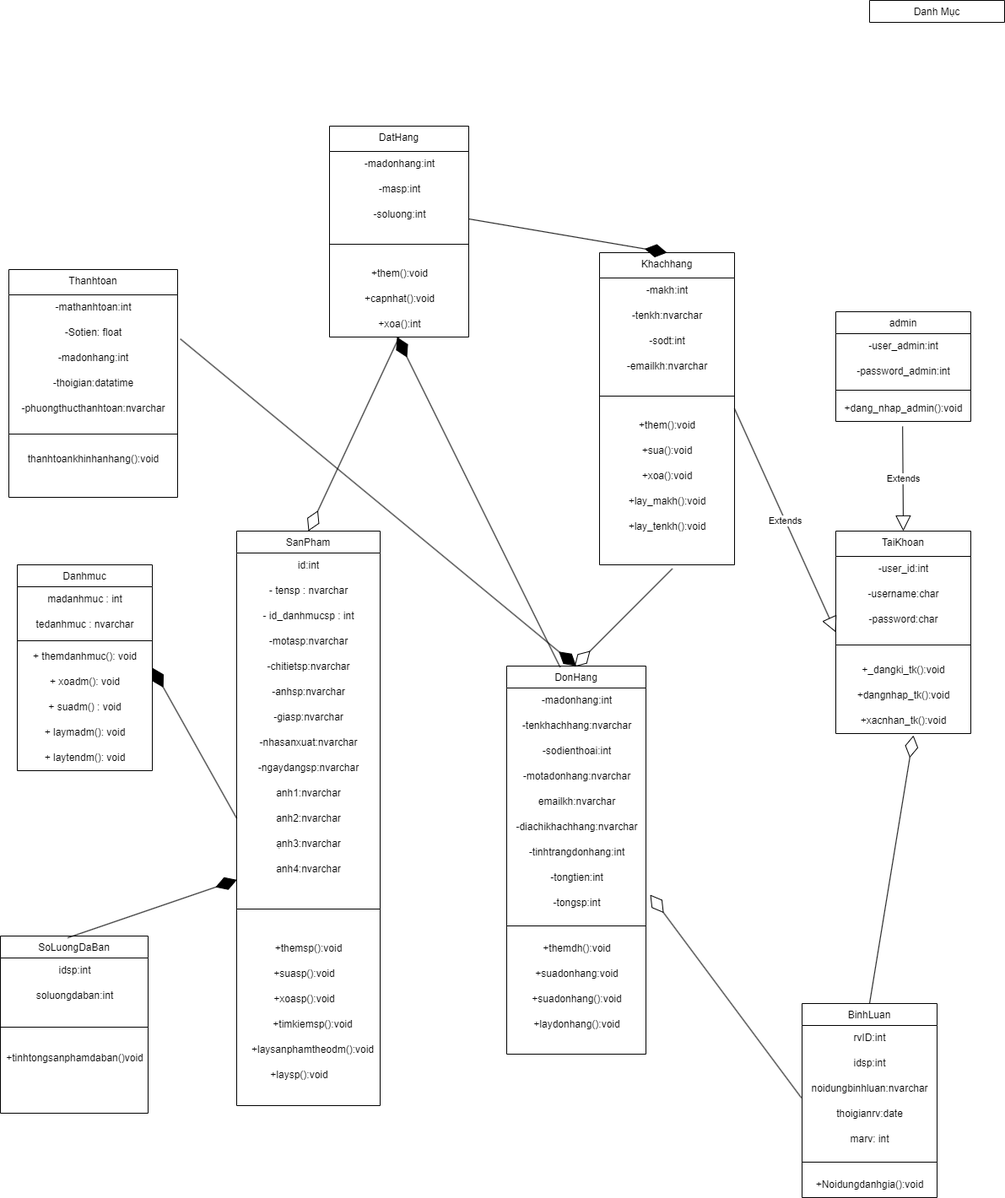
This is vẽ class diagram cho web bán hàng.drawio.png from TTHTech/Diagram, a draw.io export, as it was before one commit. Source tidied: cells renumbered, new cells last; positions are measured from the earlier drawing's top-left corner, leaving out a move shared by most shapes.
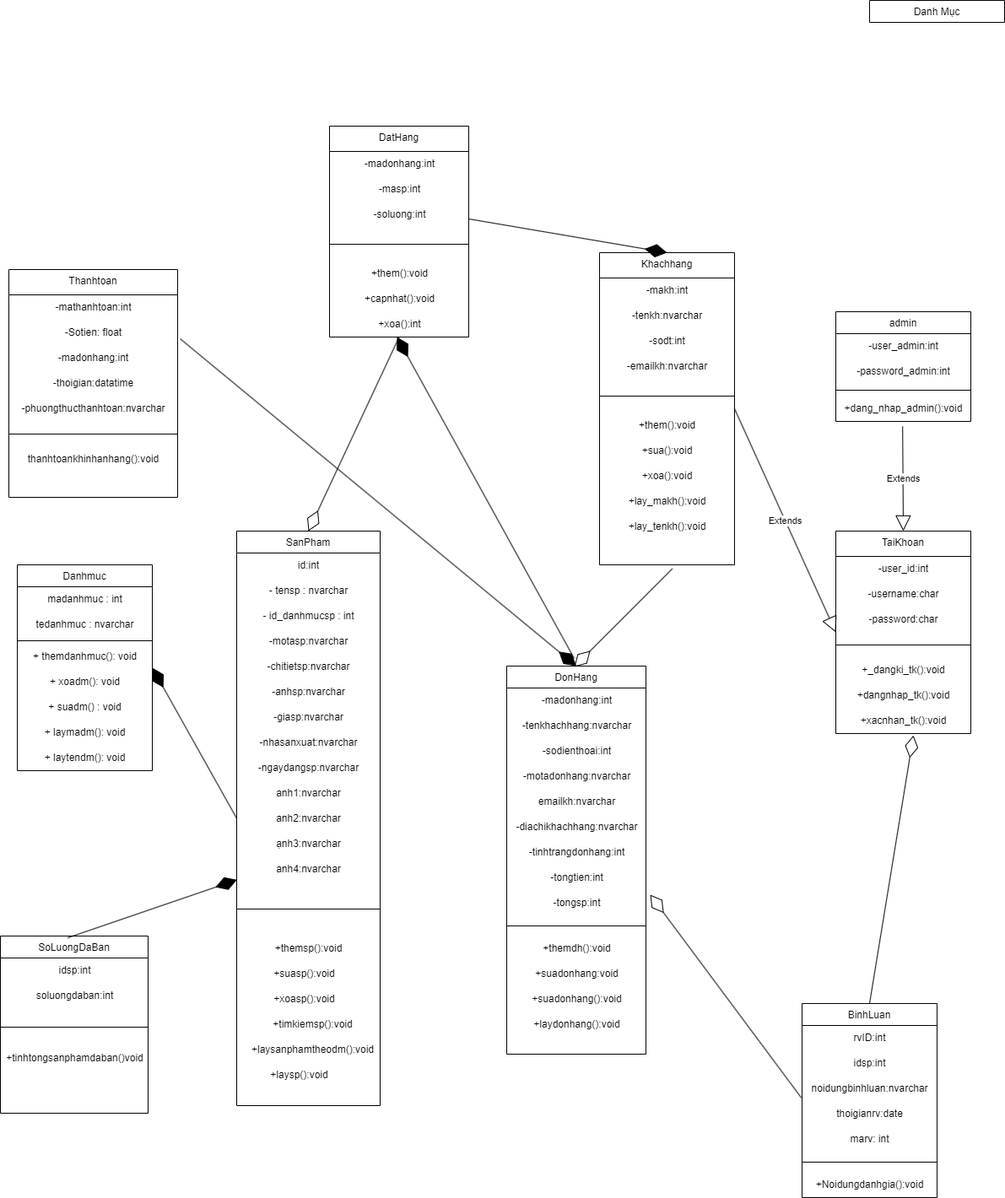
Above is the later version.

Commit message:
Cập nhật vẽ class diagram cho web bán hàng.drawio.png

What changed in the source:
```diff
@@ -214,9 +214,9 @@
         <mxPoint x="555" y="259" as="sourcePoint" />
       </mxGeometry>
     </mxCell>
-    <mxCell id="72" style="endArrow=diamondThin;endFill=1;endSize=24;html=1;rounded=0;exitX=0.5;exitY=0;exitDx=0;exitDy=0;entryX=0.601;entryY=0.953;entryDx=0;entryDy=0;entryPerimeter=0;" parent="1" edge="1">
+    <mxCell id="72" style="endArrow=diamondThin;endFill=1;endSize=24;html=1;rounded=0;entryX=0.601;entryY=0.953;entryDx=0;entryDy=0;entryPerimeter=0;" parent="1" edge="1">
       <mxGeometry relative="1" as="geometry">
-        <mxPoint x="663.3" y="790.4" as="sourcePoint" />
+        <mxPoint x="680" y="780" as="sourcePoint" />
         <mxPoint x="470" y="399" as="targetPoint" />
       </mxGeometry>
     </mxCell>
```
